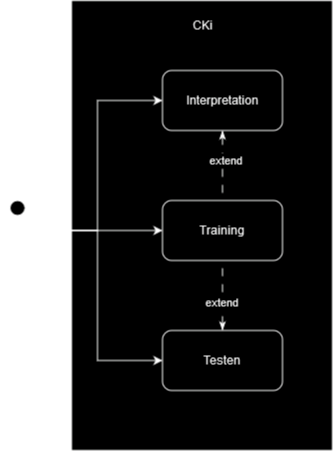
Above: Dokumentation/CKi/images/usecase.png in MrS-E/CKi (draw.io), before the change. Source tidied: cells renumbered, new cells last; positions are measured from the earlier drawing's top-left corner, leaving out a move shared by most shapes. Source of this version:
```xml
<mxGraphModel>
  <root>
    <mxCell id="0" />
    <mxCell id="1" parent="0" />
    <mxCell id="2" style="rounded=0;whiteSpace=wrap;html=1;" parent="1" vertex="1">
      <mxGeometry x="69" width="261" height="450" as="geometry" />
    </mxCell>
    <mxCell id="3" style="edgeStyle=orthogonalEdgeStyle;rounded=0;jettySize=auto;html=1;entryX=0;entryY=0.5;entryDx=0;entryDy=0;" parent="1" edge="1" source="6" target="7">
      <mxGeometry relative="1" as="geometry" />
    </mxCell>
    <mxCell id="4" style="edgeStyle=orthogonalEdgeStyle;rounded=0;jettySize=auto;html=1;" parent="1" edge="1" source="6" target="8">
      <mxGeometry relative="1" as="geometry" />
    </mxCell>
    <mxCell id="5" style="edgeStyle=orthogonalEdgeStyle;rounded=0;jettySize=auto;html=1;entryX=0;entryY=0.5;entryDx=0;entryDy=0;" parent="1" edge="1" source="6" target="11">
      <mxGeometry relative="1" as="geometry" />
    </mxCell>
    <mxCell id="6" value="Nutzer" style="shape=umlActor;verticalLabelPosition=bottom;verticalAlign=top;html=1;outlineConnect=0;" parent="1" vertex="1">
      <mxGeometry y="200" width="30" height="60" as="geometry" />
    </mxCell>
    <mxCell id="7" value="Interpretation" style="rounded=1;whiteSpace=wrap;html=1;" parent="1" vertex="1">
      <mxGeometry x="160" y="70" width="120" height="60" as="geometry" />
    </mxCell>
    <mxCell id="8" value="Training" style="rounded=1;whiteSpace=wrap;html=1;" parent="1" vertex="1">
      <mxGeometry x="160" y="200" width="120" height="60" as="geometry" />
    </mxCell>
    <mxCell id="9" style="edgeStyle=orthogonalEdgeStyle;rounded=0;jettySize=auto;html=1;entryX=0.5;entryY=1;entryDx=0;entryDy=0;dashed=1;dashPattern=8 8;startArrow=classicThin;startFill=1;endArrow=none;endFill=0;" parent="1" edge="1" source="11" target="8">
      <mxGeometry relative="1" as="geometry" />
    </mxCell>
    <mxCell id="10" value="extend" style="edgeLabel;html=1;align=center;verticalAlign=middle;" parent="9" vertex="1">
      <mxGeometry x="-0.17" y="2" relative="1" as="geometry" />
    </mxCell>
    <mxCell id="11" value="Testen" style="rounded=1;whiteSpace=wrap;html=1;" parent="1" vertex="1">
      <mxGeometry x="160" y="330" width="120" height="60" as="geometry" />
    </mxCell>
    <mxCell id="12" style="edgeStyle=orthogonalEdgeStyle;rounded=0;jettySize=auto;html=1;entryX=0.5;entryY=0;entryDx=0;entryDy=0;dashed=1;dashPattern=8 8;startArrow=classicThin;startFill=1;endArrow=none;endFill=0;exitX=0.5;exitY=1;exitDx=0;exitDy=0;" parent="1" edge="1" source="7" target="8">
      <mxGeometry relative="1" as="geometry" />
    </mxCell>
    <mxCell id="13" value="extend" style="edgeLabel;html=1;align=center;verticalAlign=middle;" parent="12" vertex="1">
      <mxGeometry x="-0.17" y="2" relative="1" as="geometry" />
    </mxCell>
    <mxCell id="14" value="CKi" style="text;html=1;strokeColor=none;fillColor=none;align=center;verticalAlign=middle;whiteSpace=wrap;rounded=0;" parent="1" vertex="1">
      <mxGeometry x="170" y="10" width="60" height="30" as="geometry" />
    </mxCell>
  </root>
</mxGraphModel>
```
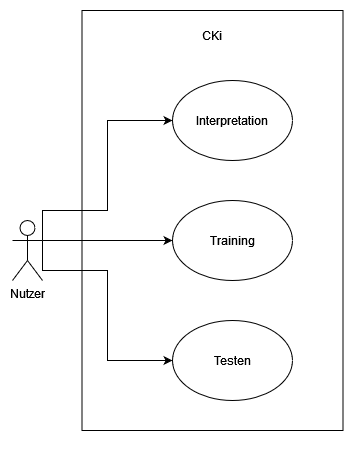
After the commit.

Diff of the diagram source:
```diff
@@ -2,44 +2,47 @@
   <root>
     <mxCell id="0" />
     <mxCell id="1" parent="0" />
-    <mxCell id="2" style="rounded=0;whiteSpace=wrap;html=1;" parent="1" vertex="1">
-      <mxGeometry x="69" width="261" height="450" as="geometry" />
-    </mxCell>
+    <mxCell id="15" style="rounded=0;whiteSpace=wrap;html=1;" parent="1" vertex="1">
+      <mxGeometry x="69.5" y="-10" width="261" height="420" as="geometry" />
+    </mxCell>
-    <mxCell id="3" style="edgeStyle=orthogonalEdgeStyle;rounded=0;jettySize=auto;html=1;entryX=0;entryY=0.5;entryDx=0;entryDy=0;" parent="1" edge="1" source="6" target="7">
-      <mxGeometry relative="1" as="geometry" />
+    <mxCell id="3" style="edgeStyle=orthogonalEdgeStyle;rounded=0;jettySize=auto;html=1;entryX=0;entryY=0.5;entryDx=0;entryDy=0;exitX=1;exitY=0.3333333333333333;exitDx=0;exitDy=0;exitPerimeter=0;" parent="1" edge="1" source="6" target="7">
+      <mxGeometry relative="1" as="geometry">
+        <Array as="points">
+          <mxPoint x="30" y="190" />
+          <mxPoint x="95" y="190" />
+          <mxPoint x="95" y="100" />
+        </Array>
+      </mxGeometry>
     </mxCell>
-    <mxCell id="4" style="edgeStyle=orthogonalEdgeStyle;rounded=0;jettySize=auto;html=1;" parent="1" edge="1" source="6" target="8">
+    <mxCell id="4" style="edgeStyle=orthogonalEdgeStyle;rounded=0;jettySize=auto;html=1;exitX=1;exitY=0.3333333333333333;exitDx=0;exitDy=0;exitPerimeter=0;entryX=0;entryY=0.5;entryDx=0;entryDy=0;" parent="1" edge="1" source="6" target="8">
       <mxGeometry relative="1" as="geometry" />
     </mxCell>
-    <mxCell id="5" style="edgeStyle=orthogonalEdgeStyle;rounded=0;jettySize=auto;html=1;entryX=0;entryY=0.5;entryDx=0;entryDy=0;" parent="1" edge="1" source="6" target="11">
-      <mxGeometry relative="1" as="geometry" />
+    <mxCell id="5" style="edgeStyle=orthogonalEdgeStyle;rounded=0;jettySize=auto;html=1;entryX=0;entryY=0.5;entryDx=0;entryDy=0;exitX=1;exitY=0.3333333333333333;exitDx=0;exitDy=0;exitPerimeter=0;" parent="1" edge="1" source="6" target="11">
+      <mxGeometry relative="1" as="geometry">
+        <Array as="points">
+          <mxPoint x="30" y="250" />
+          <mxPoint x="95" y="250" />
+          <mxPoint x="95" y="340" />
+        </Array>
+      </mxGeometry>
     </mxCell>
     <mxCell id="6" value="Nutzer" style="shape=umlActor;verticalLabelPosition=bottom;verticalAlign=top;html=1;outlineConnect=0;" parent="1" vertex="1">
       <mxGeometry y="200" width="30" height="60" as="geometry" />
     </mxCell>
+    <mxCell id="14" value="CKi" style="text;html=1;strokeColor=none;fillColor=none;align=center;verticalAlign=middle;whiteSpace=wrap;rounded=0;" parent="1" vertex="1">
+      <mxGeometry x="170" width="60" height="30" as="geometry" />
+    </mxCell>
+    <mxCell id="16" style="edgeStyle=orthogonalEdgeStyle;rounded=0;orthogonalLoop=1;jettySize=auto;html=1;exitX=0.5;exitY=1;exitDx=0;exitDy=0;" parent="1" edge="1" source="15" target="15">
+      <mxGeometry relative="1" as="geometry" />
+    </mxCell>
-    <mxCell id="7" value="Interpretation" style="rounded=1;whiteSpace=wrap;html=1;" parent="1" vertex="1">
-      <mxGeometry x="160" y="70" width="120" height="60" as="geometry" />
+    <mxCell id="7" value="Interpretation" style="ellipse;whiteSpace=wrap;html=1;" parent="1" vertex="1">
+      <mxGeometry x="160" y="60" width="120" height="80" as="geometry" />
     </mxCell>
-    <mxCell id="8" value="Training" style="rounded=1;whiteSpace=wrap;html=1;" parent="1" vertex="1">
-      <mxGeometry x="160" y="200" width="120" height="60" as="geometry" />
+    <mxCell id="8" value="Training" style="ellipse;whiteSpace=wrap;html=1;" parent="1" vertex="1">
+      <mxGeometry x="160" y="180" width="120" height="80" as="geometry" />
     </mxCell>
-    <mxCell id="9" style="edgeStyle=orthogonalEdgeStyle;rounded=0;jettySize=auto;html=1;entryX=0.5;entryY=1;entryDx=0;entryDy=0;dashed=1;dashPattern=8 8;startArrow=classicThin;startFill=1;endArrow=none;endFill=0;" parent="1" edge="1" source="11" target="8">
-      <mxGeometry relative="1" as="geometry" />
-    </mxCell>
-    <mxCell id="10" value="extend" style="edgeLabel;html=1;align=center;verticalAlign=middle;" parent="9" vertex="1">
-      <mxGeometry x="-0.17" y="2" relative="1" as="geometry" />
-    </mxCell>
-    <mxCell id="11" value="Testen" style="rounded=1;whiteSpace=wrap;html=1;" parent="1" vertex="1">
-      <mxGeometry x="160" y="330" width="120" height="60" as="geometry" />
+    <mxCell id="11" value="&lt;div&gt;Testen&lt;/div&gt;" style="ellipse;whiteSpace=wrap;html=1;" parent="1" vertex="1">
+      <mxGeometry x="160" y="300" width="120" height="80" as="geometry" />
     </mxCell>
-    <mxCell id="12" style="edgeStyle=orthogonalEdgeStyle;rounded=0;jettySize=auto;html=1;entryX=0.5;entryY=0;entryDx=0;entryDy=0;dashed=1;dashPattern=8 8;startArrow=classicThin;startFill=1;endArrow=none;endFill=0;exitX=0.5;exitY=1;exitDx=0;exitDy=0;" parent="1" edge="1" source="7" target="8">
-      <mxGeometry relative="1" as="geometry" />
-    </mxCell>
-    <mxCell id="13" value="extend" style="edgeLabel;html=1;align=center;verticalAlign=middle;" parent="12" vertex="1">
-      <mxGeometry x="-0.17" y="2" relative="1" as="geometry" />
-    </mxCell>
-    <mxCell id="14" value="CKi" style="text;html=1;strokeColor=none;fillColor=none;align=center;verticalAlign=middle;whiteSpace=wrap;rounded=0;" parent="1" vertex="1">
-      <mxGeometry x="170" y="10" width="60" height="30" as="geometry" />
-    </mxCell>
   </root>
 </mxGraphModel>
```
